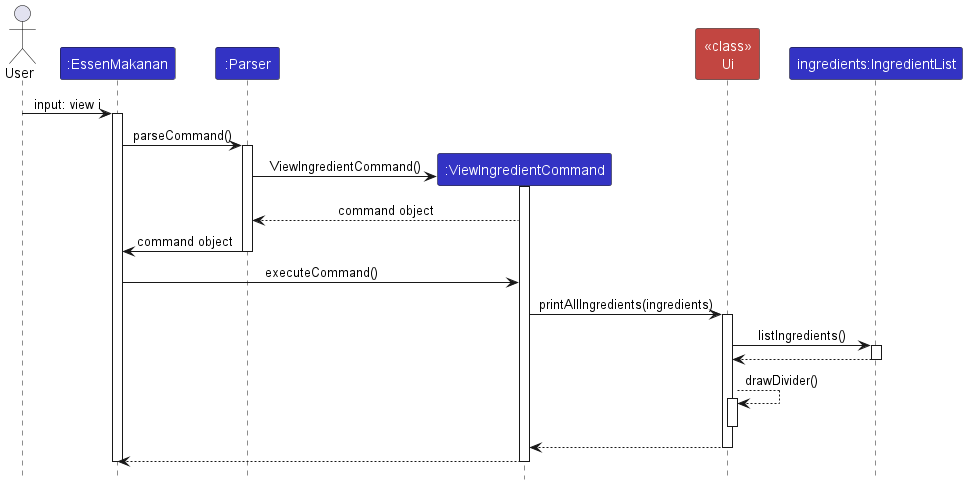
Earlier version of the PlantUML export docs/images/ViewAllIngredientSequenceDiagram.png (nus-cs2113-AY2324S1/tp). Source of this version:
```plantuml
@startuml
!include style.puml
skinparam ArrowFontStyle plain

actor User
participant ":EssenMakanan" as EssenMakanan LOGIC_COLOR
participant ":Parser" as Parser LOGIC_COLOR
participant ":ViewIngredientCommand" as ViewIngredientCommand LOGIC_COLOR
participant "<<class>>\nUi" as Ui INTERFACE_COLOR
participant "ingredients:IngredientList" as Ingredients LOGIC_COLOR

User -> EssenMakanan: input: view i
activate EssenMakanan

EssenMakanan -> Parser : parseCommand()
activate Parser

create ViewIngredientCommand
Parser -> ViewIngredientCommand: ViewIngredientCommand()
activate ViewIngredientCommand

ViewIngredientCommand --> Parser : command object

Parser -> EssenMakanan: command object
deactivate Parser

EssenMakanan -> ViewIngredientCommand: executeCommand()

ViewIngredientCommand -> Ui: printAllIngredients(ingredients)
activate Ui

Ui -> Ingredients: listIngredients()
activate Ingredients

Ingredients --> Ui
deactivate Ingredients

Ui --> Ui: drawDivider()
activate Ui
deactivate Ui

Ui --> ViewIngredientCommand

deactivate Ui

ViewIngredientCommand --> EssenMakanan
deactivate ViewIngredientCommand

deactivate EssenMakanan

@enduml
```
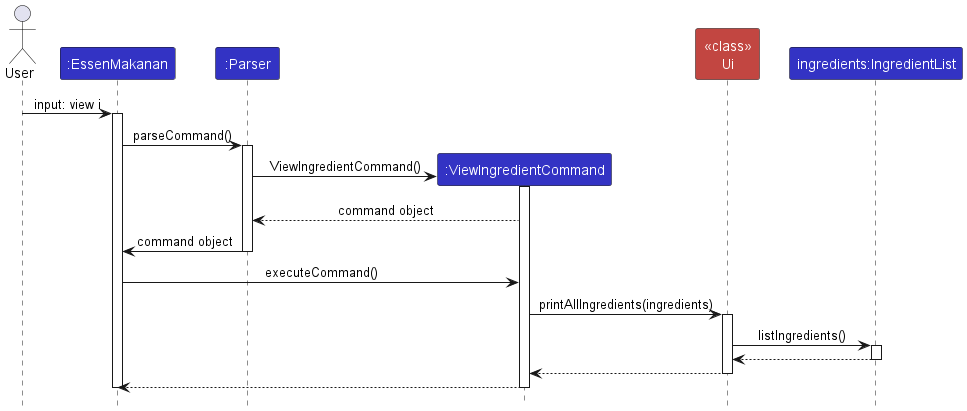
After the change.

Commit message:
Omit trivial details

Diff of the diagram source:
```diff
@@ -35,9 +35,6 @@
 Ingredients --> Ui
 deactivate Ingredients
 
-Ui --> Ui: drawDivider()
-activate Ui
-deactivate Ui
 
 Ui --> ViewIngredientCommand
 
```
